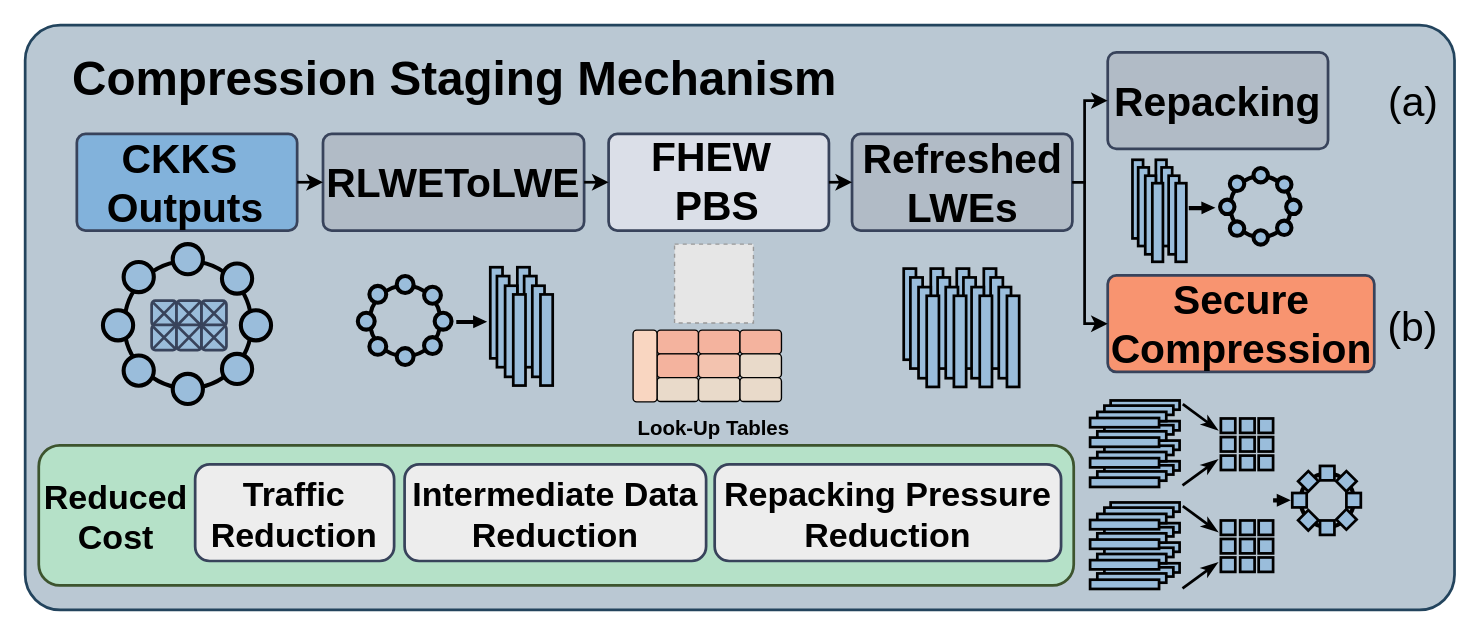
The draw.io diagram all/Compression.drawio in ZKY6662017/iodraw-files, before the edit. Source tidied: cells renumbered, new cells numbered last; positions are measured from the earlier drawing's top-left corner, leaving out a move shared by most shapes. Both pictures are drawn from the tidied source at 136%, with x=0, y=0 at pixel (24, 24). Pictures stored in the file or linked from it are replaced by grey dashed boxes.
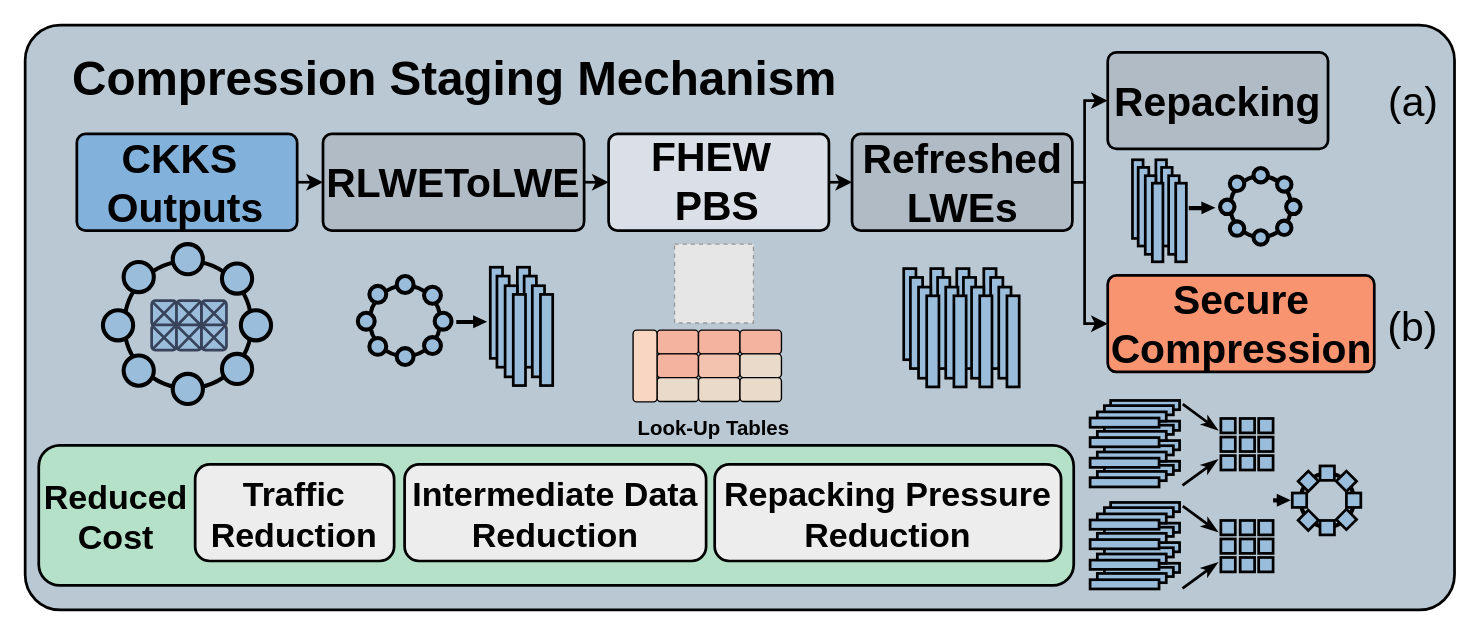
Above is the later version.

The change refers to these unchanged cells:
```xml
<mxCell id="45" style="group;" parent="1" vertex="1">
  <mxGeometry x="38" y="80" width="162" height="71" as="geometry" />
</mxCell>
```

Diff of the diagram source:
```diff
@@
-    <mxCell id="2" style="rounded=1;whiteSpace=wrap;html=1;fillColor=#bac8d3;arcSize=6;strokeColor=#23445d;strokeWidth=2;" parent="1" vertex="1">
+    <mxCell id="2" style="rounded=1;whiteSpace=wrap;html=1;fillColor=#bac8d3;arcSize=6;strokeColor=#000000;strokeWidth=2;" parent="1" vertex="1">
       <mxGeometry width="1051" height="430" as="geometry" />
     </mxCell>
@@
-    <mxCell id="39" style="group;" parent="1" vertex="1">
+    <mxCell id="39" style="group;strokeWidth=2;" parent="1" vertex="1">
       <mxGeometry x="429" y="80" width="162" height="71" as="geometry" />
     </mxCell>
-    <mxCell id="40" style="rounded=1;whiteSpace=wrap;html=1;strokeColor=light-dark(#38435B,#657284);fillColor=light-dark(#dbdfe8, #1d293b);fontStyle=0;strokeWidth=2;flipV=0;legacyAnchorPoints=0;flipH=0;arcSize=9;" parent="39" vertex="1">
+    <mxCell id="40" style="rounded=1;whiteSpace=wrap;html=1;strokeColor=light-dark(#000000,#657284);fillColor=light-dark(#dbdfe8, #1d293b);fontStyle=0;strokeWidth=2;flipV=0;legacyAnchorPoints=0;flipH=0;arcSize=9;" parent="39" vertex="1">
       <mxGeometry width="162" height="71" as="geometry" />
     </mxCell>
@@
-    <mxCell id="42" style="group;" parent="1" vertex="1">
+    <mxCell id="42" style="group;strokeWidth=2;" parent="1" vertex="1">
       <mxGeometry x="219" y="80" width="192" height="71" as="geometry" />
     </mxCell>
-    <mxCell id="43" style="rounded=1;whiteSpace=wrap;html=1;strokeColor=light-dark(#38435B,#657284);fillColor=light-dark(#b1bbc6, #1d293b);fontStyle=0;strokeWidth=2;flipV=0;legacyAnchorPoints=0;flipH=0;arcSize=9;" parent="42" vertex="1">
+    <mxCell id="43" style="rounded=1;whiteSpace=wrap;html=1;strokeColor=light-dark(#000000,#657284);fillColor=light-dark(#b1bbc6, #1d293b);fontStyle=0;strokeWidth=2;flipV=0;legacyAnchorPoints=0;flipH=0;arcSize=9;" parent="42" vertex="1">
       <mxGeometry width="192" height="71" as="geometry" />
     </mxCell>
@@
-    <mxCell id="46" style="rounded=1;whiteSpace=wrap;html=1;strokeColor=light-dark(#38435B,#657284);fillColor=light-dark(#82b2db, #1d293b);fontStyle=0;strokeWidth=2;flipV=0;legacyAnchorPoints=0;flipH=0;arcSize=9;" parent="45" vertex="1">
+    <mxCell id="46" style="rounded=1;whiteSpace=wrap;html=1;strokeColor=light-dark(#000000,#657284);fillColor=light-dark(#82b2db, #1d293b);fontStyle=0;strokeWidth=2;flipV=0;legacyAnchorPoints=0;flipH=0;arcSize=9;" parent="45" vertex="1">
       <mxGeometry width="162" height="71" as="geometry" />
     </mxCell>
@@
-    <mxCell id="122" style="group;" parent="1" vertex="1">
-      <mxGeometry x="796" y="20" width="162" height="71" as="geometry" />
-    </mxCell>
-    <mxCell id="123" style="rounded=1;whiteSpace=wrap;html=1;strokeColor=light-dark(#38435B,#657284);fillColor=light-dark(#b1bbc6, #1d293b);fontStyle=0;strokeWidth=2;flipV=0;legacyAnchorPoints=0;flipH=0;arcSize=9;" parent="122" vertex="1">
-      <mxGeometry width="162" height="71" as="geometry" />
-    </mxCell>
-    <mxCell id="124" value="&lt;b&gt;&lt;font style=&quot;font-size: 30px;&quot;&gt;Repacking&lt;/font&gt;&lt;/b&gt;" style="text;html=1;whiteSpace=wrap;strokeColor=none;fillColor=none;align=center;verticalAlign=middle;rounded=0;" parent="122" vertex="1">
-      <mxGeometry x="5.1" y="20.5" width="151.8" height="30" as="geometry" />
-    </mxCell>
-    <mxCell id="125" style="group;" parent="1" vertex="1">
+    <mxCell id="125" style="group;strokeWidth=2;" parent="1" vertex="1">
       <mxGeometry x="608" y="80" width="162" height="71" as="geometry" />
     </mxCell>
-    <mxCell id="126" style="rounded=1;whiteSpace=wrap;html=1;strokeColor=light-dark(#38435B,#657284);fillColor=light-dark(#b1bbc6, #1d293b);fontStyle=0;strokeWidth=2;flipV=0;legacyAnchorPoints=0;flipH=0;arcSize=9;" parent="125" vertex="1">
+    <mxCell id="126" style="rounded=1;whiteSpace=wrap;html=1;strokeColor=light-dark(#000000,#657284);fillColor=light-dark(#b1bbc6, #1d293b);fontStyle=0;strokeWidth=2;flipV=0;legacyAnchorPoints=0;flipH=0;arcSize=9;" parent="125" vertex="1">
       <mxGeometry width="162" height="71" as="geometry" />
     </mxCell>
@@
-    <mxCell id="200" style="group;" parent="1" vertex="1">
-      <mxGeometry x="796" y="184" width="196" height="71" as="geometry" />
-    </mxCell>
-    <mxCell id="201" style="rounded=1;whiteSpace=wrap;html=1;strokeColor=light-dark(#38435B,#657284);fillColor=light-dark(#f89470, #1d293b);fontStyle=0;strokeWidth=2;flipV=0;legacyAnchorPoints=0;flipH=0;arcSize=9;" parent="200" vertex="1">
-      <mxGeometry width="196" height="71" as="geometry" />
-    </mxCell>
-    <mxCell id="202" value="&lt;b style=&quot;&quot;&gt;&lt;font style=&quot;font-size: 30px;&quot;&gt;Secure Compression&lt;/font&gt;&lt;/b&gt;" style="text;html=1;whiteSpace=wrap;strokeColor=none;fillColor=none;align=center;verticalAlign=middle;rounded=0;" parent="200" vertex="1">
-      <mxGeometry x="1.7" y="20.5" width="192.5" height="30" as="geometry" />
-    </mxCell>
@@
-    <mxCell id="208" style="rounded=1;whiteSpace=wrap;html=1;strokeColor=#3D542E;fillColor=light-dark(#b5e1c8, #1f2f1e);fontStyle=0;strokeWidth=2;fontSize=15;" parent="1" vertex="1">
+    <mxCell id="208" style="rounded=1;whiteSpace=wrap;html=1;strokeColor=#000000;fillColor=light-dark(#b5e1c8, #1f2f1e);fontStyle=0;strokeWidth=2;fontSize=15;" parent="1" vertex="1">
       <mxGeometry x="10" y="309" width="761" height="103" as="geometry" />
     </mxCell>
-    <mxCell id="209" value="&lt;font style=&quot;font-size: 25px;&quot;&gt;Traffic Reduction&lt;/font&gt;" style="rounded=1;whiteSpace=wrap;html=1;strokeColor=light-dark(#38435B,#657284);fillColor=light-dark(#ededed, #1d293b);fontStyle=1;strokeWidth=2;" parent="1" vertex="1">
+    <mxCell id="209" value="&lt;font style=&quot;font-size: 25px;&quot;&gt;Traffic Reduction&lt;/font&gt;" style="rounded=1;whiteSpace=wrap;html=1;strokeColor=light-dark(#000000,#657284);fillColor=light-dark(#ededed, #1d293b);fontStyle=1;strokeWidth=2;" parent="1" vertex="1">
       <mxGeometry x="125" y="323" width="146.3" height="71" as="geometry" />
     </mxCell>
-    <mxCell id="210" value="&lt;font style=&quot;font-size: 25px;&quot;&gt;Intermediate Data Reduction&lt;/font&gt;" style="rounded=1;whiteSpace=wrap;html=1;strokeColor=light-dark(#38435B,#657284);fillColor=light-dark(#ededed, #1d293b);fontStyle=1;strokeWidth=2;" parent="1" vertex="1">
+    <mxCell id="210" value="&lt;font style=&quot;font-size: 25px;&quot;&gt;Intermediate Data Reduction&lt;/font&gt;" style="rounded=1;whiteSpace=wrap;html=1;strokeColor=light-dark(#000000,#657284);fillColor=light-dark(#ededed, #1d293b);fontStyle=1;strokeWidth=2;" parent="1" vertex="1">
       <mxGeometry x="279" y="323" width="221.7" height="71" as="geometry" />
     </mxCell>
-    <mxCell id="211" value="&lt;font style=&quot;font-size: 25px;&quot;&gt;Repacking Pressure Reduction&lt;/font&gt;" style="rounded=1;whiteSpace=wrap;html=1;strokeColor=light-dark(#38435B,#657284);fillColor=light-dark(#ededed, #1d293b);fontStyle=1;strokeWidth=2;" parent="1" vertex="1">
+    <mxCell id="211" value="&lt;font style=&quot;font-size: 25px;&quot;&gt;Repacking Pressure Reduction&lt;/font&gt;" style="rounded=1;whiteSpace=wrap;html=1;strokeColor=light-dark(#000000,#657284);fillColor=light-dark(#ededed, #1d293b);fontStyle=1;strokeWidth=2;" parent="1" vertex="1">
       <mxGeometry x="507" y="323" width="254.7" height="71" as="geometry" />
     </mxCell>
@@
+    <mxCell id="201" style="rounded=1;whiteSpace=wrap;html=1;strokeColor=light-dark(#000000,#657284);fillColor=light-dark(#f89470, #1d293b);fontStyle=0;strokeWidth=2;flipV=0;legacyAnchorPoints=0;flipH=0;arcSize=9;" parent="1" vertex="1">
+      <mxGeometry x="796" y="184" width="196" height="71" as="geometry" />
+    </mxCell>
+    <mxCell id="202" value="&lt;b style=&quot;&quot;&gt;&lt;font style=&quot;font-size: 30px;&quot;&gt;Secure Compression&lt;/font&gt;&lt;/b&gt;" style="text;html=1;whiteSpace=wrap;strokeColor=none;fillColor=none;align=center;verticalAlign=middle;rounded=0;" parent="1" vertex="1">
+      <mxGeometry x="797.7" y="204.5" width="192.5" height="30" as="geometry" />
+    </mxCell>
+    <mxCell id="123" style="rounded=1;whiteSpace=wrap;html=1;strokeColor=light-dark(#000000,#657284);fillColor=light-dark(#b1bbc6, #1d293b);fontStyle=0;strokeWidth=2;flipV=0;legacyAnchorPoints=0;flipH=0;arcSize=9;" parent="1" vertex="1">
+      <mxGeometry x="796" y="20" width="162" height="71" as="geometry" />
+    </mxCell>
+    <mxCell id="124" value="&lt;b&gt;&lt;font style=&quot;font-size: 30px;&quot;&gt;Repacking&lt;/font&gt;&lt;/b&gt;" style="text;html=1;whiteSpace=wrap;strokeColor=none;fillColor=none;align=center;verticalAlign=middle;rounded=0;" parent="1" vertex="1">
+      <mxGeometry x="801.1" y="40.5" width="151.8" height="30" as="geometry" />
+    </mxCell>
```
